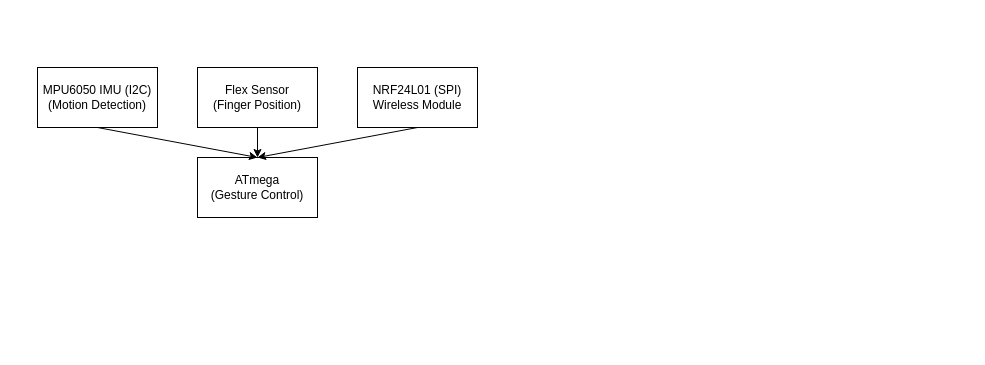
upenn-embedded/omnibot.github.io keeps this draw.io diagram as ESE 3500 System Block Diagram.drawio. Above is the earlier version. Source tidied: cells renumbered, new cells numbered last; positions are measured from the earlier drawing's top-left corner, leaving out a move shared by most shapes. Both pictures are drawn from the tidied source at 100%, with x=0, y=0 at pixel (37, 67).
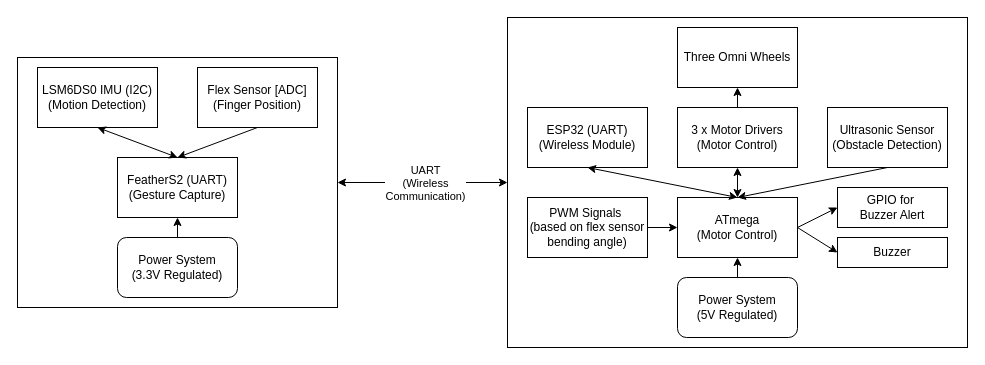
After the change.

Change to the diagram source:
```diff
@@
+    <mxCell id="9" style="rounded=0;whiteSpace=wrap;html=1;" parent="1" vertex="1">
+      <mxGeometry x="470" y="-50" width="460" height="330" as="geometry" />
+    </mxCell>
+    <mxCell id="10" style="rounded=0;whiteSpace=wrap;html=1;" parent="1" vertex="1">
+      <mxGeometry x="-20" y="-10" width="320" height="250" as="geometry" />
+    </mxCell>
-    <mxCell id="2" value="ATmega&lt;div&gt;(Gesture Control)&lt;/div&gt;" style="rounded=0;whiteSpace=wrap;html=1;" parent="1" vertex="1">
-      <mxGeometry x="160" y="90" width="120" height="60" as="geometry" />
+    <mxCell id="2" value="FeatherS2 (UART)&lt;div&gt;(Gesture Capture)&lt;/div&gt;" style="rounded=0;whiteSpace=wrap;html=1;" parent="1" vertex="1">
+      <mxGeometry x="80" y="90" width="120" height="60" as="geometry" />
     </mxCell>
-    <mxCell id="3" value="MPU6050 IMU (I2C)&lt;div&gt;(Motion Detection)&lt;/div&gt;" style="rounded=0;whiteSpace=wrap;html=1;" parent="1" vertex="1">
+    <mxCell id="3" value="LSM6DS0 IMU (I2C)&lt;div&gt;(Motion Detection)&lt;/div&gt;" style="rounded=0;whiteSpace=wrap;html=1;" parent="1" vertex="1">
       <mxGeometry width="120" height="60" as="geometry" />
     </mxCell>
-    <mxCell id="4" value="Flex Sensor&lt;div&gt;(Finger Position)&lt;/div&gt;" style="rounded=0;whiteSpace=wrap;html=1;" parent="1" vertex="1">
+    <mxCell id="4" value="Flex Sensor [ADC]&lt;div&gt;(Finger Position)&lt;/div&gt;" style="rounded=0;whiteSpace=wrap;html=1;" parent="1" vertex="1">
       <mxGeometry x="160" width="120" height="60" as="geometry" />
     </mxCell>
-    <mxCell id="5" value="NRF24L01 (SPI)&lt;div&gt;Wireless Module&lt;/div&gt;" style="rounded=0;whiteSpace=wrap;html=1;" parent="1" vertex="1">
-      <mxGeometry x="320" width="120" height="60" as="geometry" />
-    </mxCell>
+    <mxCell id="7" style="endArrow=classic;html=1;rounded=0;exitX=0.5;exitY=1;exitDx=0;exitDy=0;entryX=0.5;entryY=0;entryDx=0;entryDy=0;" parent="1" edge="1" source="4" target="2">
+      <mxGeometry relative="1" as="geometry" />
+    </mxCell>
+    <mxCell id="11" value="Power System&lt;div&gt;(3.3V Regulated)&lt;/div&gt;" style="rounded=1;whiteSpace=wrap;html=1;" parent="1" vertex="1">
+      <mxGeometry x="80" y="170" width="120" height="60" as="geometry" />
+    </mxCell>
+    <mxCell id="12" style="endArrow=classic;html=1;rounded=0;exitX=0.5;exitY=0;exitDx=0;exitDy=0;entryX=0.5;entryY=1;entryDx=0;entryDy=0;" parent="1" edge="1" source="11" target="2">
+      <mxGeometry relative="1" as="geometry" />
+    </mxCell>
-    <mxCell id="6" style="endArrow=classic;html=1;rounded=0;exitX=0.5;exitY=1;exitDx=0;exitDy=0;entryX=0.5;entryY=0;entryDx=0;entryDy=0;" parent="1" edge="1" source="3" target="2">
+    <mxCell id="6" style="endArrow=classic;startArrow=classic;html=1;rounded=0;exitX=0.5;exitY=1;exitDx=0;exitDy=0;entryX=0.5;entryY=0;entryDx=0;entryDy=0;" parent="1" edge="1" source="3" target="2">
       <mxGeometry relative="1" as="geometry" />
     </mxCell>
-    <mxCell id="7" style="endArrow=classic;html=1;rounded=0;exitX=0.5;exitY=1;exitDx=0;exitDy=0;entryX=0.5;entryY=0;entryDx=0;entryDy=0;" parent="1" edge="1" source="4" target="2">
-      <mxGeometry relative="1" as="geometry" />
-    </mxCell>
-    <mxCell id="8" style="endArrow=classic;html=1;rounded=0;entryX=0.5;entryY=0;entryDx=0;entryDy=0;exitX=0.5;exitY=1;exitDx=0;exitDy=0;" parent="1" edge="1" source="5" target="2">
-      <mxGeometry relative="1" as="geometry" />
-    </mxCell>
+    <mxCell id="13" value="ATmega&lt;div&gt;(Motor Control)&lt;/div&gt;" style="rounded=0;whiteSpace=wrap;html=1;" parent="1" vertex="1">
+      <mxGeometry x="640" y="130" width="120" height="60" as="geometry" />
+    </mxCell>
+    <mxCell id="14" value="ESP32 (UART)&lt;div&gt;(Wireless Module)&lt;/div&gt;" style="rounded=0;whiteSpace=wrap;html=1;" parent="1" vertex="1">
+      <mxGeometry x="490" y="40" width="120" height="60" as="geometry" />
+    </mxCell>
+    <mxCell id="15" style="endArrow=classic;startArrow=classic;html=1;rounded=0;exitX=0.5;exitY=1;exitDx=0;exitDy=0;entryX=0.5;entryY=0;entryDx=0;entryDy=0;" parent="1" edge="1" source="14" target="13">
+      <mxGeometry relative="1" as="geometry" />
+    </mxCell>
+    <mxCell id="16" value="3 x Motor Drivers&lt;div&gt;(Motor Control)&lt;/div&gt;" style="rounded=0;whiteSpace=wrap;html=1;" parent="1" vertex="1">
+      <mxGeometry x="640" y="40" width="120" height="60" as="geometry" />
+    </mxCell>
+    <mxCell id="17" style="endArrow=classic;startArrow=classic;html=1;rounded=0;entryX=0.5;entryY=1;entryDx=0;entryDy=0;exitX=0.5;exitY=0;exitDx=0;exitDy=0;" parent="1" edge="1" source="13" target="16">
+      <mxGeometry relative="1" as="geometry" />
+    </mxCell>
+    <mxCell id="18" value="Ultrasonic Sensor&lt;div&gt;(Obstacle Detection)&lt;/div&gt;" style="rounded=0;whiteSpace=wrap;html=1;" parent="1" vertex="1">
+      <mxGeometry x="790" y="40" width="120" height="60" as="geometry" />
+    </mxCell>
+    <mxCell id="19" style="endArrow=classic;html=1;rounded=0;exitX=0.5;exitY=1;exitDx=0;exitDy=0;entryX=0.5;entryY=0;entryDx=0;entryDy=0;" parent="1" edge="1" source="18" target="13">
+      <mxGeometry relative="1" as="geometry" />
+    </mxCell>
+    <mxCell id="20" value="Buzzer" style="rounded=0;whiteSpace=wrap;html=1;" parent="1" vertex="1">
+      <mxGeometry x="800" y="170" width="110" height="30" as="geometry" />
+    </mxCell>
+    <mxCell id="21" style="endArrow=classic;html=1;rounded=0;exitX=1;exitY=0.5;exitDx=0;exitDy=0;entryX=0;entryY=0.5;entryDx=0;entryDy=0;" parent="1" edge="1" source="13" target="20">
+      <mxGeometry relative="1" as="geometry" />
+    </mxCell>
+    <mxCell id="22" style="endArrow=classic;startArrow=classic;html=1;rounded=0;exitX=1;exitY=0.5;exitDx=0;exitDy=0;entryX=0;entryY=0.5;entryDx=0;entryDy=0;" parent="1" edge="1" source="10" target="9">
+      <mxGeometry relative="1" as="geometry" />
+    </mxCell>
+    <mxCell id="23" value="UART&lt;div&gt;(Wireless&lt;/div&gt;&lt;div&gt;Communication)&lt;/div&gt;" style="edgeLabel;html=1;align=center;verticalAlign=middle;" parent="22" vertex="1">
+      <mxGeometry x="0.21" y="4" relative="1" as="geometry">
+        <mxPoint x="-16" y="4" as="offset" />
+      </mxGeometry>
+    </mxCell>
+    <mxCell id="24" value="PWM Signals&amp;nbsp;&lt;div&gt;(based on flex sensor bending angle)&lt;/div&gt;" style="rounded=0;whiteSpace=wrap;html=1;" parent="1" vertex="1">
+      <mxGeometry x="490" y="130" width="120" height="60" as="geometry" />
+    </mxCell>
+    <mxCell id="25" style="endArrow=classic;html=1;rounded=0;exitX=1;exitY=0.5;exitDx=0;exitDy=0;entryX=0;entryY=0.5;entryDx=0;entryDy=0;" parent="1" edge="1" source="24" target="13">
+      <mxGeometry relative="1" as="geometry" />
+    </mxCell>
+    <mxCell id="26" value="Three Omni Wheels" style="rounded=0;whiteSpace=wrap;html=1;" parent="1" vertex="1">
+      <mxGeometry x="640" y="-40" width="120" height="60" as="geometry" />
+    </mxCell>
+    <mxCell id="27" style="endArrow=classic;html=1;rounded=0;exitX=0.5;exitY=0;exitDx=0;exitDy=0;entryX=0.5;entryY=1;entryDx=0;entryDy=0;" parent="1" edge="1" source="16" target="26">
+      <mxGeometry relative="1" as="geometry" />
+    </mxCell>
+    <mxCell id="28" value="Power System&lt;div&gt;(5V Regulated)&lt;/div&gt;" style="rounded=1;whiteSpace=wrap;html=1;" parent="1" vertex="1">
+      <mxGeometry x="640" y="210" width="120" height="60" as="geometry" />
+    </mxCell>
+    <mxCell id="29" style="endArrow=classic;html=1;rounded=0;exitX=0.5;exitY=0;exitDx=0;exitDy=0;entryX=0.5;entryY=1;entryDx=0;entryDy=0;" parent="1" edge="1" source="28" target="13">
+      <mxGeometry relative="1" as="geometry" />
+    </mxCell>
+    <mxCell id="30" value="GPIO for&amp;nbsp;&lt;div&gt;Buzzer Alert&lt;/div&gt;" style="rounded=0;whiteSpace=wrap;html=1;" parent="1" vertex="1">
+      <mxGeometry x="800" y="120" width="110" height="40" as="geometry" />
+    </mxCell>
+    <mxCell id="31" style="endArrow=classic;html=1;rounded=0;exitX=1;exitY=0.5;exitDx=0;exitDy=0;entryX=0;entryY=0.5;entryDx=0;entryDy=0;" parent="1" edge="1" source="13" target="30">
+      <mxGeometry relative="1" as="geometry" />
+    </mxCell>
```
